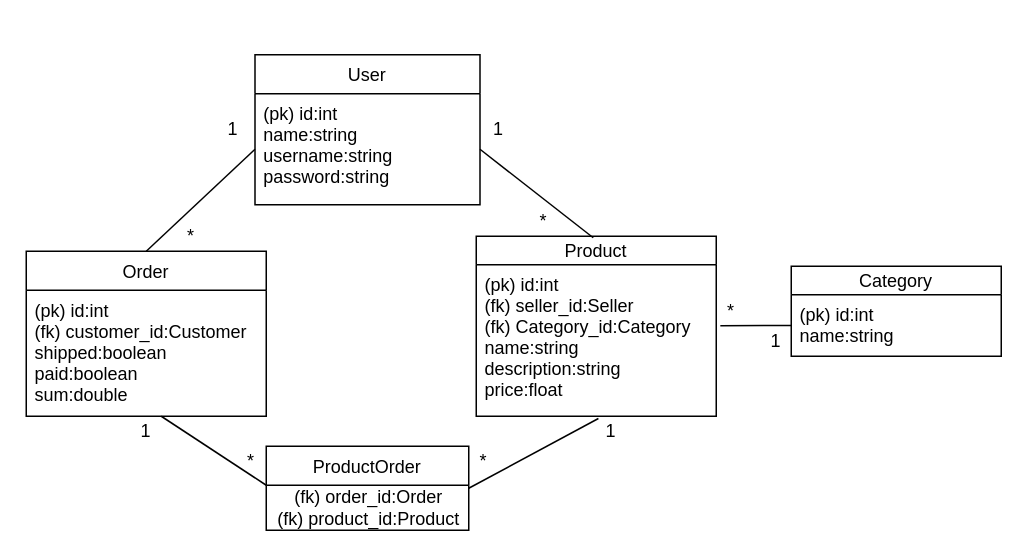
The draw.io diagram documentation/kuvat/Untitled Diagram.drawio in parissak/Verkkokauppa, before the edit. Source tidied: cells renumbered, new cells numbered last; positions are measured from the earlier drawing's top-left corner, leaving out a move shared by most shapes. Both pictures are drawn from the tidied source at 150%, with x=0, y=0 at pixel (26, 54).
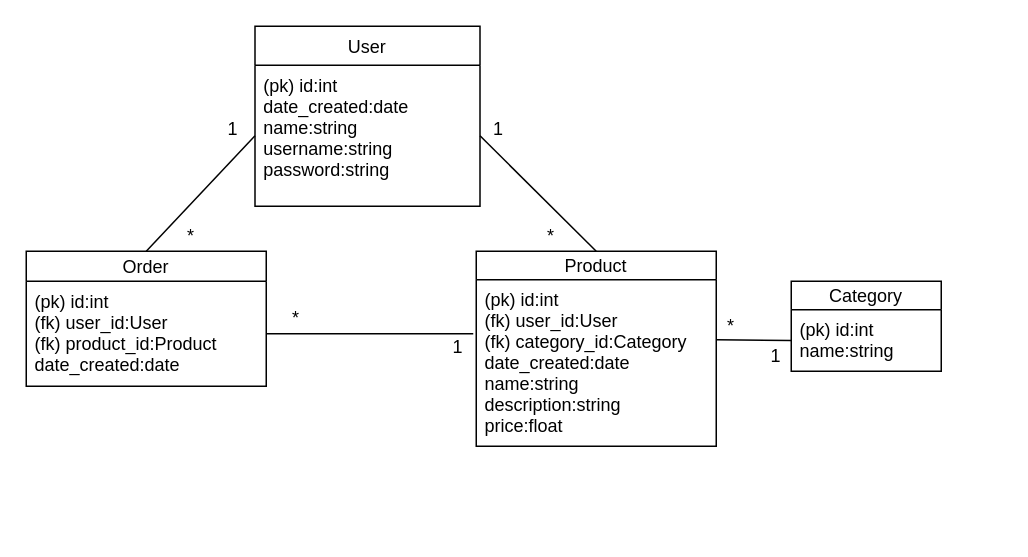
The same diagram, later.

What changed in the source:
```diff
@@
     <mxCell id="2" value="User" style="swimlane;fontStyle=0;horizontal=1;startSize=26;fillColor=none;" parent="1" vertex="1">
-      <mxGeometry x="152.5" width="150" height="100" as="geometry" />
+      <mxGeometry x="152.5" y="-19" width="150" height="120" as="geometry" />
     </mxCell>
-    <mxCell id="3" value="(pk) id:int&#10;name:string&#10;username:string&#10;password:string&#10;" style="text;strokeColor=none;fillColor=none;align=left;verticalAlign=top;spacingLeft=4;spacingRight=4;overflow=hidden;points=[[0,0.5],[1,0.5]];portConstraint=eastwest;" parent="2" vertex="1">
-      <mxGeometry y="26" width="150" height="74" as="geometry" />
+    <mxCell id="3" value="(pk) id:int&#10;date_created:date&#10;name:string&#10;username:string&#10;password:string&#10;" style="text;strokeColor=none;fillColor=none;align=left;verticalAlign=top;spacingLeft=4;spacingRight=4;overflow=hidden;points=[[0,0.5],[1,0.5]];portConstraint=eastwest;" parent="2" vertex="1">
+      <mxGeometry y="26" width="150" height="94" as="geometry" />
     </mxCell>
     <mxCell id="4" value="Product" style="swimlane;fontStyle=0;horizontal=1;startSize=19;fillColor=none;" parent="1" vertex="1">
-      <mxGeometry x="300" y="121" width="160" height="120" as="geometry" />
+      <mxGeometry x="300" y="131" width="160" height="130" as="geometry" />
     </mxCell>
-    <mxCell id="5" value="(pk) id:int&#10;(fk) seller_id:Seller&#10;(fk) Category_id:Category&#10;name:string&#10;description:string&#10;price:float&#10;&#10;" style="text;strokeColor=none;fillColor=none;align=left;verticalAlign=top;spacingLeft=4;spacingRight=4;overflow=hidden;points=[[0,0.5],[1,0.5]];portConstraint=eastwest;" parent="4" vertex="1">
-      <mxGeometry y="19" width="160" height="101" as="geometry" />
+    <mxCell id="5" value="(pk) id:int&#10;(fk) user_id:User&#10;(fk) category_id:Category&#10;date_created:date&#10;name:string&#10;description:string&#10;price:float&#10;&#10;" style="text;strokeColor=none;fillColor=none;align=left;verticalAlign=top;spacingLeft=4;spacingRight=4;overflow=hidden;points=[[0,0.5],[1,0.5]];portConstraint=eastwest;" parent="4" vertex="1">
+      <mxGeometry y="19" width="160" height="111" as="geometry" />
     </mxCell>
-    <mxCell id="6" value="Order" style="swimlane;fontStyle=0;horizontal=1;startSize=26;fillColor=none;" parent="1" vertex="1">
-      <mxGeometry y="131" width="160" height="110" as="geometry" />
+    <mxCell id="6" value="Order" style="swimlane;fontStyle=0;horizontal=1;startSize=20;fillColor=none;" parent="1" vertex="1">
+      <mxGeometry y="131" width="160" height="90" as="geometry" />
     </mxCell>
-    <mxCell id="7" value="(pk) id:int&#10;(fk) customer_id:Customer&#10;shipped:boolean &#10;paid:boolean&#10;sum:double&#10;" style="text;strokeColor=none;fillColor=none;align=left;verticalAlign=top;spacingLeft=4;spacingRight=4;overflow=hidden;points=[[0,0.5],[1,0.5]];portConstraint=eastwest;" parent="6" vertex="1">
-      <mxGeometry y="26" width="160" height="84" as="geometry" />
+    <mxCell id="7" value="(pk) id:int&#10;(fk) user_id:User&#10;(fk) product_id:Product&#10;date_created:date&#10;&#10;&#10;" style="text;strokeColor=none;fillColor=none;align=left;verticalAlign=top;spacingLeft=4;spacingRight=4;overflow=hidden;points=[[0,0.5],[1,0.5]];portConstraint=eastwest;" parent="6" vertex="1">
+      <mxGeometry y="20" width="160" height="70" as="geometry" />
     </mxCell>
-    <mxCell id="8" value="ProductOrder" style="swimlane;fontStyle=0;horizontal=1;startSize=26;fillColor=none;" parent="1" vertex="1">
-      <mxGeometry x="160" y="261" width="135" height="56" as="geometry" />
-    </mxCell>
-    <mxCell id="9" value="&lt;div&gt;(fk) order_id:Order&lt;/div&gt;&lt;div&gt;(fk) product_id:Product&lt;br&gt;&lt;/div&gt;" style="text;html=1;align=center;verticalAlign=middle;points=[];" parent="8" vertex="1">
-      <mxGeometry y="26" width="135" height="30" as="geometry" />
-    </mxCell>
-    <mxCell id="10" style="endArrow=none;html=1;exitX=0;exitY=0;exitDx=0;exitDy=0;exitPerimeter=0;" parent="1" edge="1" source="9">
+    <mxCell id="10" style="endArrow=none;html=1;entryX=1;entryY=0.5;entryDx=0;entryDy=0;" parent="1" edge="1" target="7">
       <mxGeometry relative="1" as="geometry">
-        <mxPoint x="90" y="241" as="targetPoint" />
+        <mxPoint x="298" y="186" as="sourcePoint" />
       </mxGeometry>
     </mxCell>
-    <mxCell id="11" style="endArrow=none;html=1;exitX=1;exitY=0.5;exitDx=0;exitDy=0;entryX=0.509;entryY=1.015;entryDx=0;entryDy=0;entryPerimeter=0;" parent="1" edge="1" source="8" target="5">
-      <mxGeometry relative="1" as="geometry" />
-    </mxCell>
@@
-    <mxCell id="15" value="*" style="text;html=1;strokeColor=none;fillColor=none;align=center;verticalAlign=middle;whiteSpace=wrap;rounded=0;" parent="1" vertex="1">
-      <mxGeometry x="295" y="261" width="20" height="20" as="geometry" />
-    </mxCell>
-    <mxCell id="16" value="1" style="text;html=1;strokeColor=none;fillColor=none;align=center;verticalAlign=middle;whiteSpace=wrap;rounded=0;" parent="1" vertex="1">
-      <mxGeometry x="380" y="241" width="20" height="20" as="geometry" />
-    </mxCell>
-    <mxCell id="17" value="1" style="text;html=1;strokeColor=none;fillColor=none;align=center;verticalAlign=middle;whiteSpace=wrap;rounded=0;" parent="1" vertex="1">
-      <mxGeometry x="70" y="241" width="20" height="20" as="geometry" />
-    </mxCell>
-    <mxCell id="18" value="*" style="text;html=1;strokeColor=none;fillColor=none;align=center;verticalAlign=middle;whiteSpace=wrap;rounded=0;" parent="1" vertex="1">
-      <mxGeometry x="140" y="261" width="20" height="20" as="geometry" />
-    </mxCell>
-    <mxCell id="19" style="endArrow=none;html=1;entryX=1;entryY=0.5;entryDx=0;entryDy=0;" parent="1" edge="1" target="3">
-      <mxGeometry relative="1" as="geometry">
-        <mxPoint x="378" y="122" as="sourcePoint" />
-      </mxGeometry>
+    <mxCell id="19" style="endArrow=none;html=1;entryX=1;entryY=0.5;entryDx=0;entryDy=0;exitX=0.5;exitY=0;exitDx=0;exitDy=0;" parent="1" edge="1" source="4" target="3">
+      <mxGeometry relative="1" as="geometry" />
     </mxCell>
@@
     <mxCell id="21" value="*" style="text;html=1;strokeColor=none;fillColor=none;align=center;verticalAlign=middle;whiteSpace=wrap;rounded=0;" parent="1" vertex="1">
-      <mxGeometry x="325" y="101" width="40" height="20" as="geometry" />
+      <mxGeometry x="330" y="111" width="40" height="20" as="geometry" />
     </mxCell>
     <mxCell id="22" value="Category" style="swimlane;fontStyle=0;horizontal=1;startSize=19;fillColor=none;" parent="1" vertex="1">
-      <mxGeometry x="510" y="141" width="140" height="60" as="geometry" />
+      <mxGeometry x="510" y="151" width="100" height="60" as="geometry" />
     </mxCell>
     <mxCell id="23" value="(pk) id:int&#10;name:string&#10;&#10;" style="text;strokeColor=none;fillColor=none;align=left;verticalAlign=top;spacingLeft=4;spacingRight=4;overflow=hidden;points=[[0,0.5],[1,0.5]];portConstraint=eastwest;" parent="22" vertex="1">
-      <mxGeometry y="19" width="140" height="41" as="geometry" />
+      <mxGeometry y="19" width="100" height="41" as="geometry" />
     </mxCell>
-    <mxCell id="24" style="endArrow=none;html=1;exitX=0;exitY=0.5;exitDx=0;exitDy=0;entryX=1.017;entryY=0.402;entryDx=0;entryDy=0;entryPerimeter=0;" parent="1" edge="1" source="23" target="5">
-      <mxGeometry relative="1" as="geometry" />
+    <mxCell id="24" style="endArrow=none;html=1;exitX=0;exitY=0.5;exitDx=0;exitDy=0;" parent="1" edge="1" source="23">
+      <mxGeometry relative="1" as="geometry">
+        <mxPoint x="460" y="190" as="targetPoint" />
+      </mxGeometry>
     </mxCell>
     <mxCell id="25" value="1" style="text;html=1;strokeColor=none;fillColor=none;align=center;verticalAlign=middle;whiteSpace=wrap;rounded=0;" parent="1" vertex="1">
-      <mxGeometry x="490" y="181" width="20" height="20" as="geometry" />
+      <mxGeometry x="490" y="191" width="20" height="20" as="geometry" />
     </mxCell>
     <mxCell id="26" value="*" style="text;html=1;strokeColor=none;fillColor=none;align=center;verticalAlign=middle;whiteSpace=wrap;rounded=0;" parent="1" vertex="1">
-      <mxGeometry x="450" y="161" width="40" height="20" as="geometry" />
+      <mxGeometry x="450" y="171" width="40" height="20" as="geometry" />
     </mxCell>
+    <mxCell id="27" value="*" style="text;html=1;strokeColor=none;fillColor=none;align=center;verticalAlign=middle;whiteSpace=wrap;rounded=0;" parent="1" vertex="1">
+      <mxGeometry x="160" y="166" width="40" height="20" as="geometry" />
+    </mxCell>
+    <mxCell id="28" value="1" style="text;html=1;strokeColor=none;fillColor=none;align=center;verticalAlign=middle;whiteSpace=wrap;rounded=0;" parent="1" vertex="1">
+      <mxGeometry x="272.5" y="186" width="30" height="18" as="geometry" />
+    </mxCell>
```
